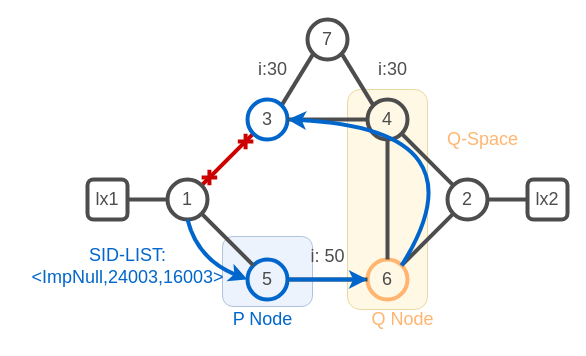
Above: page "5" (5 of 14) of images/lab-topologies.drawio in IntuitiveSoft-net/sr-lab (draw.io), before the change. Source tidied: cells renumbered, new cells numbered last; positions are measured from the earlier drawing's top-left corner, leaving out a move shared by most shapes. Both pictures are drawn from the tidied source at 100%, with x=0, y=0 at pixel (17, 19).
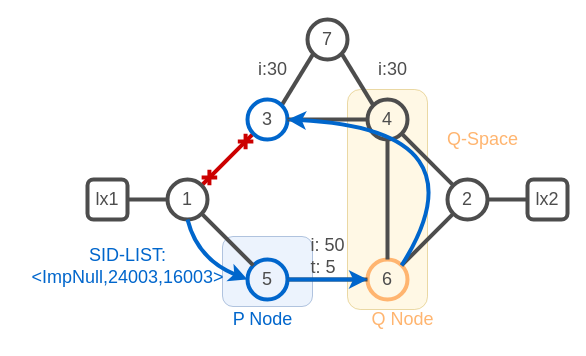
After the change.

Change to the diagram source:
```diff
@@
-    <mxCell id="29" value="&lt;font color=&quot;#4d4d4d&quot;&gt;i: 50&lt;/font&gt;" style="text;html=1;align=center;verticalAlign=middle;strokeColor=none;fillColor=none;fontSize=18;fontColor=#0066CC;" parent="1" vertex="1">
-      <mxGeometry x="280" y="217" width="60" height="40" as="geometry" />
+    <mxCell id="29" value="&lt;div style=&quot;border-color: var(--border-color); text-align: left;&quot;&gt;&lt;span style=&quot;border-color: var(--border-color); color: rgb(77, 77, 77); background-color: initial;&quot;&gt;i: 50&lt;/span&gt;&lt;/div&gt;&lt;div style=&quot;border-color: var(--border-color); text-align: left;&quot;&gt;&lt;span style=&quot;border-color: var(--border-color); color: rgb(77, 77, 77); background-color: initial;&quot;&gt;t: 5&lt;/span&gt;&lt;/div&gt;" style="text;html=1;align=center;verticalAlign=middle;strokeColor=none;fillColor=none;fontSize=18;fontColor=#0066CC;" parent="1" vertex="1">
+      <mxGeometry x="280" y="207" width="60" height="60" as="geometry" />
     </mxCell>
```
